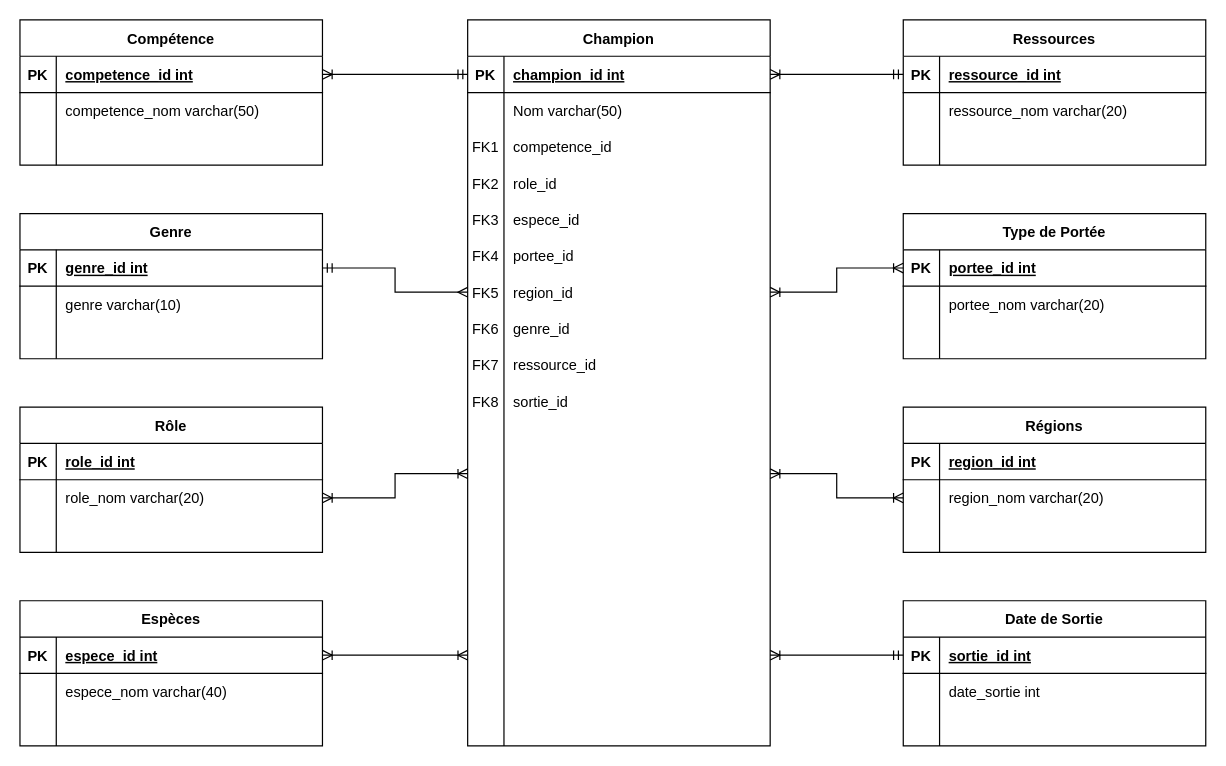
Earlier version of the draw.io diagram Diagramme sans nom.drawio (CamilleSimon/BTS2-CIEL-IR-MCD-2024-2025). Source tidied: cells renumbered, new cells numbered last; positions are measured from the earlier drawing's top-left corner, leaving out a move shared by most shapes. Both pictures are drawn from the tidied source at 121%, with x=0, y=0 at pixel (19, 19).
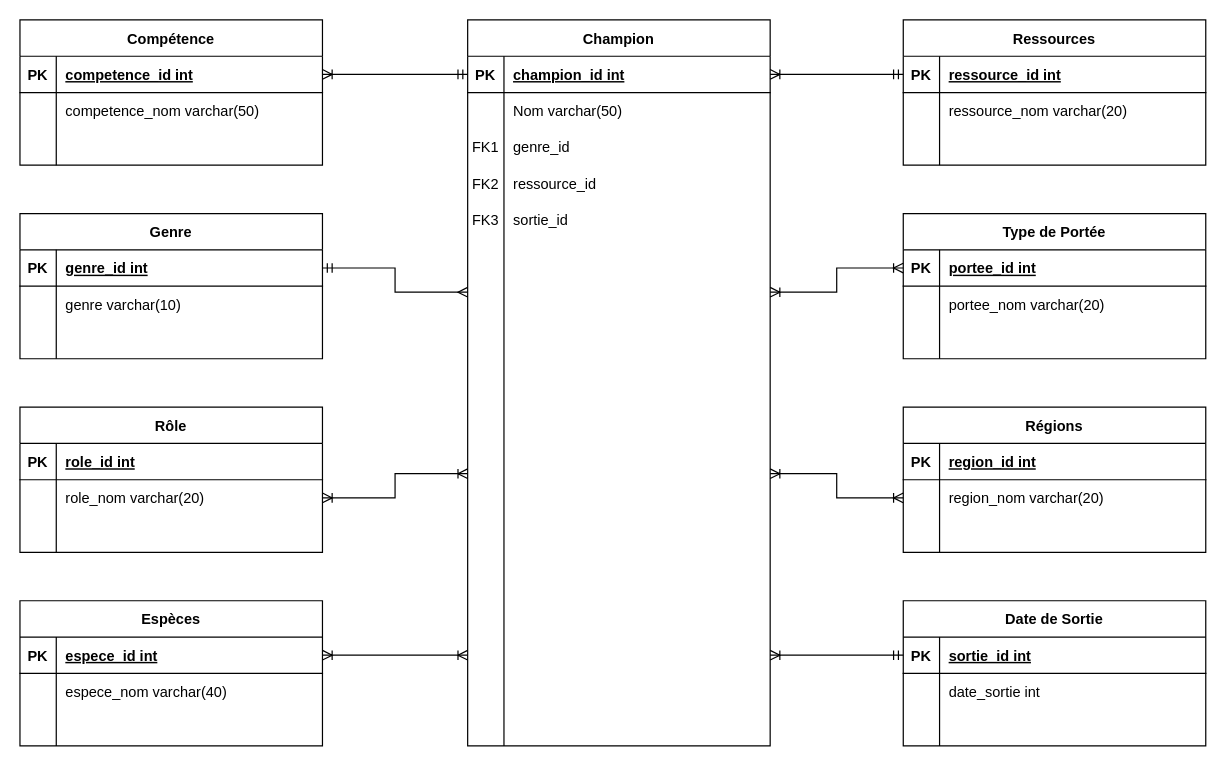
The same diagram, later.

Commit message:
Mettre à jour Diagramme sans nom.drawio

The change refers to these unchanged cells:
```xml
<mxCell id="19" style="shape=partialRectangle;fillColor=none;top=0;left=0;right=0;bottom=0;" parent="12" vertex="1">
  <mxGeometry y="90" width="250" height="30" as="geometry" />
</mxCell>
<mxCell id="22" style="shape=partialRectangle;fillColor=none;top=0;left=0;right=0;bottom=0;" parent="12" vertex="1">
  <mxGeometry y="120" width="250" height="30" as="geometry" />
</mxCell>
<mxCell id="25" style="shape=partialRectangle;fillColor=none;top=0;left=0;right=0;bottom=0;" parent="12" vertex="1">
  <mxGeometry y="150" width="250" height="30" as="geometry" />
</mxCell>
<mxCell id="28" style="shape=partialRectangle;fillColor=none;top=0;left=0;right=0;bottom=0;" parent="12" vertex="1">
  <mxGeometry y="180" width="250" height="30" as="geometry" />
</mxCell>
<mxCell id="31" style="shape=partialRectangle;fillColor=none;points=[[0,0.5],[1,0.5]];portConstraint=eastwest;top=0;left=0;right=0;bottom=0;" parent="12" vertex="1">
  <mxGeometry y="210" width="250" height="30" as="geometry" />
</mxCell>
<mxCell id="34" style="shape=partialRectangle;fillColor=none;top=0;left=0;right=0;bottom=0;" parent="12" vertex="1">
  <mxGeometry y="240" width="250" height="30" as="geometry" />
</mxCell>
<mxCell id="37" style="shape=partialRectangle;fillColor=none;top=0;left=0;right=0;bottom=0;" parent="12" vertex="1">
  <mxGeometry y="270" width="250" height="30" as="geometry" />
</mxCell>
<mxCell id="40" style="shape=partialRectangle;fillColor=none;top=0;left=0;right=0;bottom=0;" parent="12" vertex="1">
  <mxGeometry y="300" width="250" height="30" as="geometry" />
</mxCell>
```

The edit, as a diff of the source:
```diff
@@
-    <mxCell id="21" value="competence_id" style="shape=partialRectangle;overflow=hidden;fillColor=none;top=0;left=0;bottom=0;right=0;align=left;spacingLeft=6;" parent="19" vertex="1">
+    <mxCell id="21" value="genre_id" style="shape=partialRectangle;overflow=hidden;fillColor=none;top=0;left=0;bottom=0;right=0;align=left;spacingLeft=6;" parent="19" vertex="1">
       <mxGeometry x="30" width="220" height="30" as="geometry" />
     </mxCell>
@@
-    <mxCell id="24" value="role_id" style="shape=partialRectangle;overflow=hidden;fillColor=none;top=0;left=0;bottom=0;right=0;align=left;spacingLeft=6;" parent="22" vertex="1">
+    <mxCell id="24" value="ressource_id" style="shape=partialRectangle;overflow=hidden;fillColor=none;top=0;left=0;bottom=0;right=0;align=left;spacingLeft=6;" parent="22" vertex="1">
       <mxGeometry x="30" width="220" height="30" as="geometry" />
     </mxCell>
@@
-    <mxCell id="27" value="espece_id" style="shape=partialRectangle;overflow=hidden;fillColor=none;top=0;left=0;bottom=0;right=0;align=left;spacingLeft=6;" parent="25" vertex="1">
+    <mxCell id="27" value="sortie_id" style="shape=partialRectangle;overflow=hidden;fillColor=none;top=0;left=0;bottom=0;right=0;align=left;spacingLeft=6;" parent="25" vertex="1">
       <mxGeometry x="30" width="220" height="30" as="geometry" />
     </mxCell>
@@
-    <mxCell id="29" value="FK4" style="shape=partialRectangle;overflow=hidden;fillColor=none;top=0;left=0;bottom=0;right=0;" parent="28" vertex="1">
+    <mxCell id="29" style="shape=partialRectangle;overflow=hidden;fillColor=none;top=0;left=0;bottom=0;right=0;" parent="28" vertex="1">
       <mxGeometry width="30" height="30" as="geometry" />
     </mxCell>
-    <mxCell id="30" value="portee_id" style="shape=partialRectangle;overflow=hidden;fillColor=none;top=0;left=0;bottom=0;right=0;align=left;spacingLeft=6;" parent="28" vertex="1">
+    <mxCell id="30" style="shape=partialRectangle;overflow=hidden;fillColor=none;top=0;left=0;bottom=0;right=0;align=left;spacingLeft=6;" parent="28" vertex="1">
       <mxGeometry x="30" width="220" height="30" as="geometry" />
     </mxCell>
@@
-    <mxCell id="32" value="FK5" style="shape=partialRectangle;overflow=hidden;fillColor=none;top=0;left=0;bottom=0;right=0;" parent="31" vertex="1">
+    <mxCell id="32" style="shape=partialRectangle;overflow=hidden;fillColor=none;top=0;left=0;bottom=0;right=0;" parent="31" vertex="1">
       <mxGeometry width="30" height="30" as="geometry" />
     </mxCell>
-    <mxCell id="33" value="region_id" style="shape=partialRectangle;overflow=hidden;fillColor=none;top=0;left=0;bottom=0;right=0;align=left;spacingLeft=6;" parent="31" vertex="1">
+    <mxCell id="33" style="shape=partialRectangle;overflow=hidden;fillColor=none;top=0;left=0;bottom=0;right=0;align=left;spacingLeft=6;" parent="31" vertex="1">
       <mxGeometry x="30" width="220" height="30" as="geometry" />
     </mxCell>
@@
-    <mxCell id="35" value="FK6" style="shape=partialRectangle;overflow=hidden;fillColor=none;top=0;left=0;bottom=0;right=0;" parent="34" vertex="1">
+    <mxCell id="35" style="shape=partialRectangle;overflow=hidden;fillColor=none;top=0;left=0;bottom=0;right=0;" parent="34" vertex="1">
       <mxGeometry width="30" height="30" as="geometry" />
     </mxCell>
-    <mxCell id="36" value="genre_id" style="shape=partialRectangle;overflow=hidden;fillColor=none;top=0;left=0;bottom=0;right=0;align=left;spacingLeft=6;" parent="34" vertex="1">
+    <mxCell id="36" style="shape=partialRectangle;overflow=hidden;fillColor=none;top=0;left=0;bottom=0;right=0;align=left;spacingLeft=6;" parent="34" vertex="1">
       <mxGeometry x="30" width="220" height="30" as="geometry" />
     </mxCell>
@@
-    <mxCell id="38" value="FK7" style="shape=partialRectangle;overflow=hidden;fillColor=none;top=0;left=0;bottom=0;right=0;" parent="37" vertex="1">
+    <mxCell id="38" style="shape=partialRectangle;overflow=hidden;fillColor=none;top=0;left=0;bottom=0;right=0;" parent="37" vertex="1">
       <mxGeometry width="30" height="30" as="geometry" />
     </mxCell>
-    <mxCell id="39" value="ressource_id" style="shape=partialRectangle;overflow=hidden;fillColor=none;top=0;left=0;bottom=0;right=0;align=left;spacingLeft=6;" parent="37" vertex="1">
+    <mxCell id="39" style="shape=partialRectangle;overflow=hidden;fillColor=none;top=0;left=0;bottom=0;right=0;align=left;spacingLeft=6;" parent="37" vertex="1">
       <mxGeometry x="30" width="220" height="30" as="geometry" />
     </mxCell>
@@
-    <mxCell id="41" value="FK8" style="shape=partialRectangle;overflow=hidden;fillColor=none;top=0;left=0;bottom=0;right=0;" parent="40" vertex="1">
+    <mxCell id="41" style="shape=partialRectangle;overflow=hidden;fillColor=none;top=0;left=0;bottom=0;right=0;" parent="40" vertex="1">
       <mxGeometry width="30" height="30" as="geometry" />
     </mxCell>
-    <mxCell id="42" value="sortie_id" style="shape=partialRectangle;overflow=hidden;fillColor=none;top=0;left=0;bottom=0;right=0;align=left;spacingLeft=6;" parent="40" vertex="1">
+    <mxCell id="42" style="shape=partialRectangle;overflow=hidden;fillColor=none;top=0;left=0;bottom=0;right=0;align=left;spacingLeft=6;" parent="40" vertex="1">
       <mxGeometry x="30" width="220" height="30" as="geometry" />
     </mxCell>
```
